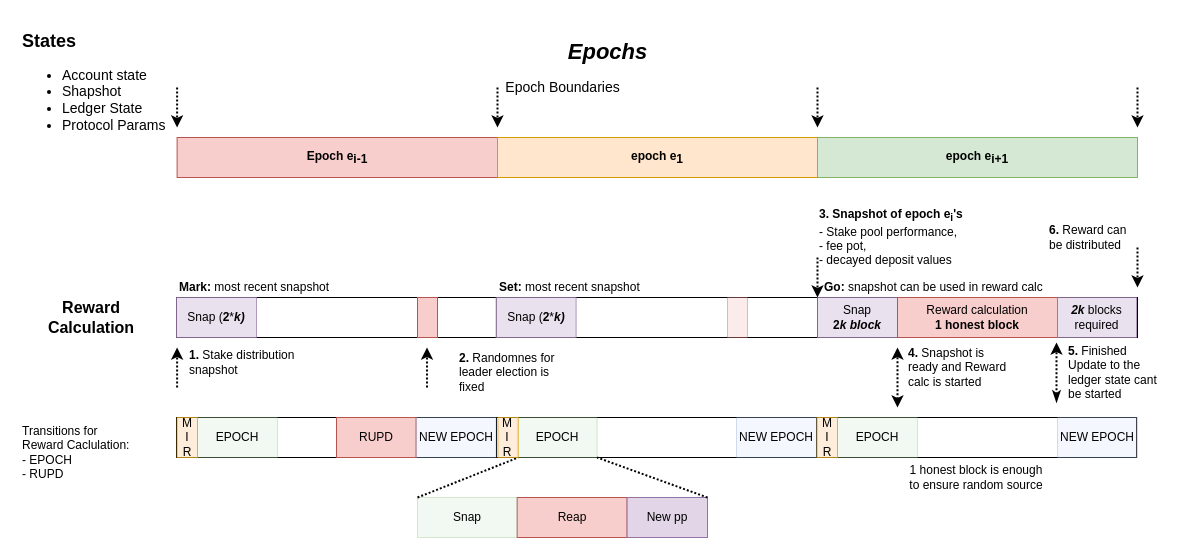
This is diagrams/Transitions_details.drawio from ilap/ShelleyStuffs, a draw.io file, before an edit. Source tidied: cells renumbered, new cells numbered last; positions are measured from the earlier drawing's top-left corner, leaving out a move shared by most shapes. Both pictures are drawn from the tidied source at 100%, with x=0, y=0 at pixel (17, 27).
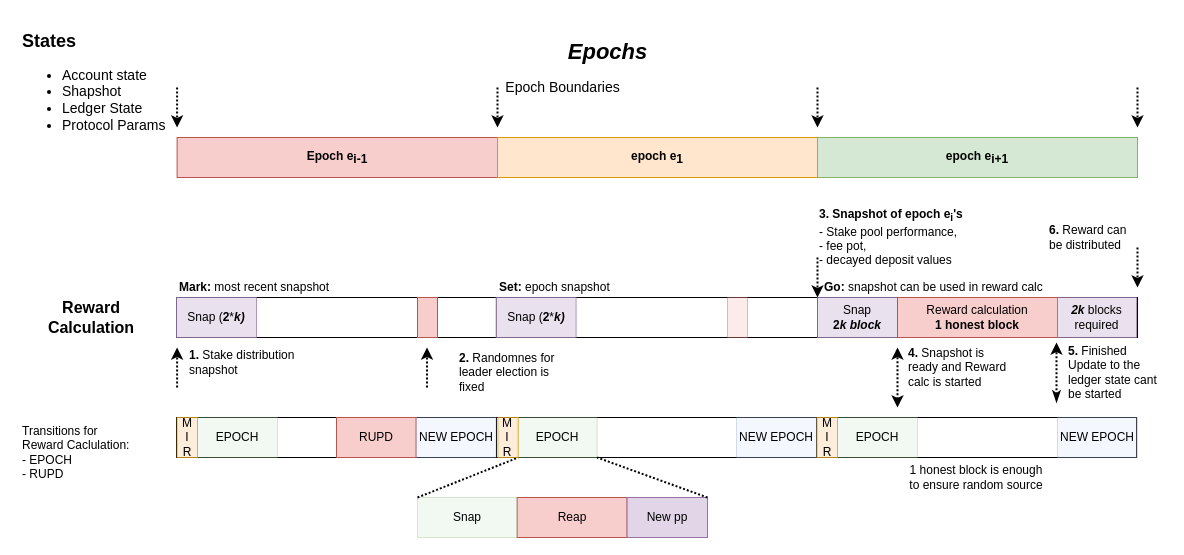
Above is the later version.

The edit, as a diff of the source:
```diff
@@
-    <mxCell id="42" value="&lt;b&gt;Set:&lt;/b&gt;&amp;nbsp;most recent snapshot" style="text;html=1;strokeColor=none;fillColor=none;align=left;verticalAlign=middle;whiteSpace=wrap;rounded=0;fontSize=12;opacity=40;" parent="1" vertex="1">
+    <mxCell id="42" value="&lt;b&gt;Set: &lt;/b&gt;epoch snapshot" style="text;html=1;strokeColor=none;fillColor=none;align=left;verticalAlign=middle;whiteSpace=wrap;rounded=0;fontSize=12;opacity=40;" parent="1" vertex="1">
       <mxGeometry x="480" y="250" width="161" height="20" as="geometry" />
     </mxCell>
```
